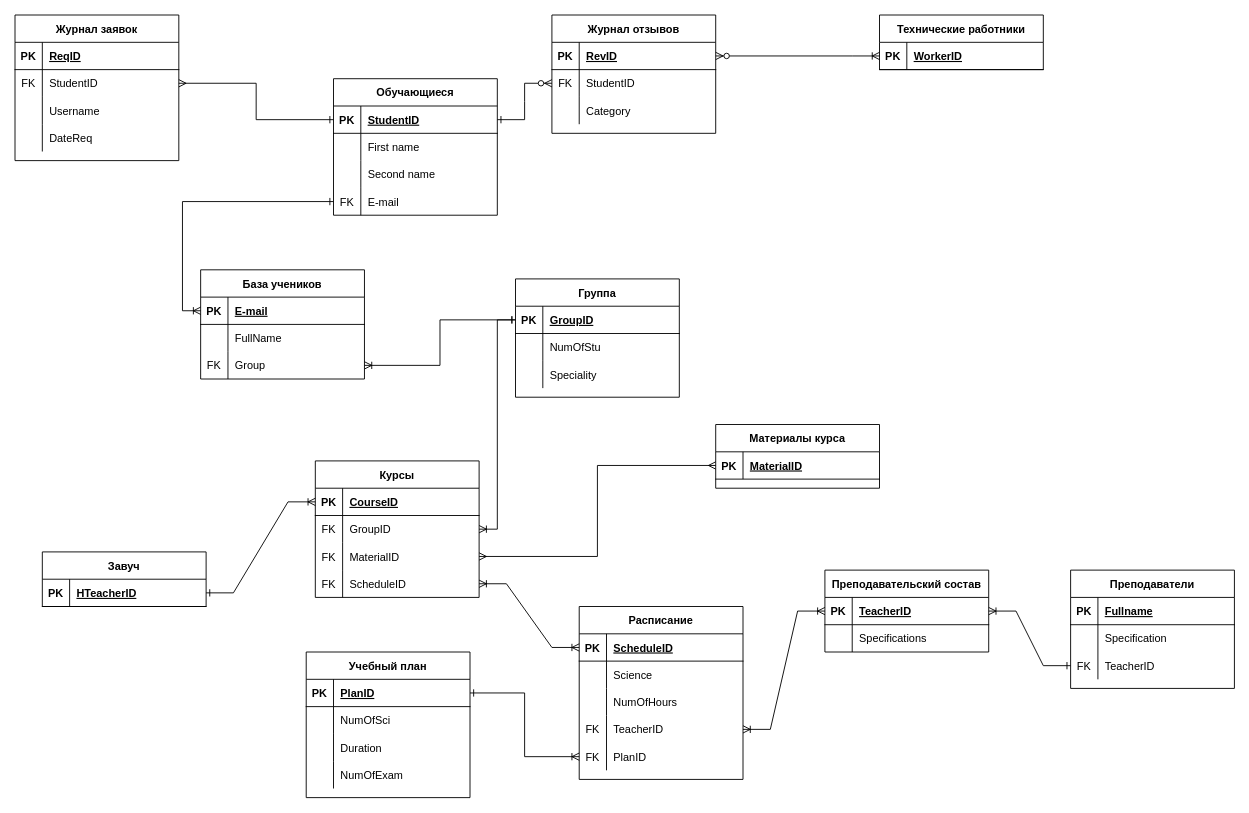
The draw.io diagram ER.drawio in JKtheeone/Online-School, before the edit. Source tidied: cells renumbered, new cells numbered last; positions are measured from the earlier drawing's top-left corner, leaving out a move shared by most shapes. Both pictures are drawn from the tidied source at 91%, with x=0, y=0 at pixel (15, 15).
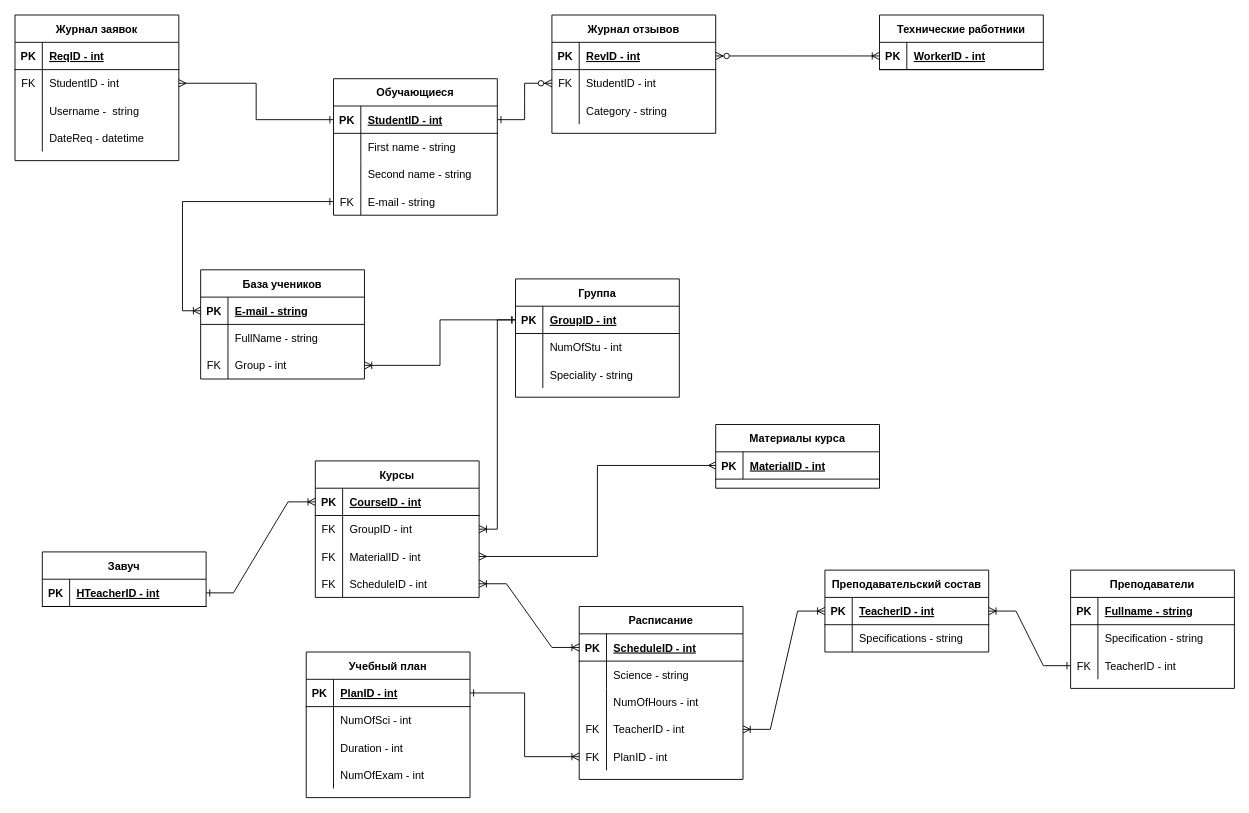
The same diagram, later.

The change refers to these unchanged cells:
```xml
<mxCell id="3" style="shape=partialRectangle;fillColor=none;top=0;left=0;bottom=1;right=0;points=[[0,0.5],[1,0.5]];portConstraint=eastwest;" parent="2" vertex="1">
<mxCell id="6" style="shape=partialRectangle;fillColor=none;top=0;left=0;bottom=0;right=0;" parent="2" vertex="1">
<mxCell id="9" style="shape=partialRectangle;fillColor=none;top=0;left=0;bottom=0;right=0;" parent="2" vertex="1">
<mxCell id="12" style="shape=partialRectangle;fillColor=none;top=0;left=0;bottom=0;right=0;points=[[0,0.5],[1,0.5]];portConstraint=eastwest;" parent="2" vertex="1">
<mxCell id="16" style="shape=partialRectangle;fillColor=none;top=0;left=0;bottom=1;right=0;points=[[0,0.5],[1,0.5]];portConstraint=eastwest;" parent="15" vertex="1">
<mxCell id="19" style="shape=partialRectangle;fillColor=none;top=0;left=0;bottom=0;right=0;points=[[0,0.5],[1,0.5]];portConstraint=eastwest;" parent="15" vertex="1">
<mxCell id="22" style="shape=partialRectangle;fillColor=none;top=0;left=0;bottom=0;right=0;" parent="15" vertex="1">
<mxCell id="26" style="shape=partialRectangle;fillColor=none;top=0;left=0;bottom=1;right=0;" parent="25" vertex="1">
<mxCell id="29" style="shape=partialRectangle;fillColor=none;top=0;left=0;bottom=0;right=0;points=[[0,0.5],[1,0.5]];portConstraint=eastwest;" parent="25" vertex="1">
<mxCell id="32" style="shape=partialRectangle;fillColor=none;top=0;left=0;bottom=0;right=0;" parent="25" vertex="1">
<mxCell id="35" style="shape=partialRectangle;fillColor=none;top=0;left=0;bottom=0;right=0;" parent="25" vertex="1">
<mxCell id="39" style="shape=partialRectangle;fillColor=none;top=0;left=0;bottom=1;right=0;points=[[0,0.5],[1,0.5]];portConstraint=eastwest;" parent="38" vertex="1">
<mxCell id="43" style="shape=partialRectangle;fillColor=none;top=0;left=0;bottom=1;right=0;points=[[0,0.5],[1,0.5]];portConstraint=eastwest;" parent="42" vertex="1">
<mxCell id="47" style="shape=partialRectangle;fillColor=none;top=0;left=0;bottom=1;right=0;points=[[0,0.5],[1,0.5]];portConstraint=eastwest;" parent="46" vertex="1">
<mxCell id="50" style="shape=partialRectangle;fillColor=none;top=0;left=0;bottom=0;right=0;" parent="46" vertex="1">
<mxCell id="53" style="shape=partialRectangle;fillColor=none;top=0;left=0;bottom=0;right=0;" parent="46" vertex="1">
<mxCell id="56" style="shape=partialRectangle;fillColor=none;top=0;left=0;bottom=0;right=0;" parent="46" vertex="1">
<mxCell id="60" style="shape=partialRectangle;fillColor=none;top=0;left=0;bottom=1;right=0;points=[[0,0.5],[1,0.5]];portConstraint=eastwest;" parent="59" vertex="1">
<mxCell id="63" style="shape=partialRectangle;fillColor=none;top=0;left=0;bottom=0;right=0;" parent="59" vertex="1">
<mxCell id="66" style="shape=partialRectangle;fillColor=none;top=0;left=0;bottom=0;right=0;" parent="59" vertex="1">
<mxCell id="69" style="shape=partialRectangle;fillColor=none;top=0;left=0;bottom=0;right=0;points=[[0,0.5],[1,0.5]];portConstraint=eastwest;" parent="59" vertex="1">
<mxCell id="72" style="shape=partialRectangle;fillColor=none;top=0;left=0;bottom=0;right=0;points=[[0,0.5],[1,0.5]];portConstraint=eastwest;" parent="59" vertex="1">
<mxCell id="76" style="shape=partialRectangle;fillColor=none;top=0;left=0;bottom=1;right=0;points=[[0,0.5],[1,0.5]];portConstraint=eastwest;" parent="75" vertex="1">
<mxCell id="79" style="shape=partialRectangle;fillColor=none;top=0;left=0;bottom=0;right=0;points=[[0,0.5],[1,0.5]];portConstraint=eastwest;" parent="75" vertex="1">
<mxCell id="82" style="shape=partialRectangle;fillColor=none;top=0;left=0;bottom=0;right=0;points=[[0,0.5],[1,0.5]];portConstraint=eastwest;" parent="75" vertex="1">
<mxCell id="85" style="shape=partialRectangle;fillColor=none;top=0;left=0;bottom=0;right=0;points=[[0,0.5],[1,0.5]];portConstraint=eastwest;" parent="75" vertex="1">
<mxCell id="89" style="shape=partialRectangle;fillColor=none;top=0;left=0;bottom=1;right=0;points=[[0,0.5],[1,0.5]];portConstraint=eastwest;" parent="88" vertex="1">
<mxCell id="92" style="shape=partialRectangle;fillColor=none;top=0;left=0;bottom=0;right=0;" parent="88" vertex="1">
<mxCell id="96" style="shape=partialRectangle;fillColor=none;top=0;left=0;bottom=1;right=0;" parent="95" vertex="1">
<mxCell id="99" style="shape=partialRectangle;fillColor=none;top=0;left=0;bottom=0;right=0;" parent="95" vertex="1">
<mxCell id="102" style="shape=partialRectangle;fillColor=none;top=0;left=0;bottom=0;right=0;points=[[0,0.5],[1,0.5]];portConstraint=eastwest;" parent="95" vertex="1">
<mxCell id="112" style="shape=partialRectangle;fillColor=none;top=0;left=0;bottom=1;right=0;points=[[0,0.5],[1,0.5]];portConstraint=eastwest;fontColor=default;strokeColor=default;" parent="111" vertex="1">
<mxCell id="115" style="shape=partialRectangle;fillColor=none;top=0;left=0;bottom=0;right=0;fontColor=default;strokeColor=default;" parent="111" vertex="1">
<mxCell id="118" style="shape=partialRectangle;fillColor=none;top=0;left=0;bottom=0;right=0;fontColor=default;strokeColor=default;" parent="111" vertex="1">
<mxCell id="122" style="shape=partialRectangle;fillColor=none;top=0;left=0;bottom=1;right=0;points=[[0,0.5],[1,0.5]];portConstraint=eastwest;fontColor=default;strokeColor=default;" parent="121" vertex="1">
<mxCell id="126" style="shape=partialRectangle;fillColor=none;top=0;left=0;bottom=1;right=0;points=[[0,0.5],[1,0.5]];portConstraint=eastwest;fontColor=default;strokeColor=default;" parent="125" vertex="1">
<mxCell id="129" style="shape=partialRectangle;fillColor=none;top=0;left=0;bottom=0;right=0;fontColor=default;strokeColor=default;" parent="125" vertex="1">
<mxCell id="132" style="shape=partialRectangle;fillColor=none;top=0;left=0;bottom=0;right=0;points=[[0,0.5],[1,0.5]];portConstraint=eastwest;fontColor=default;strokeColor=default;" parent="125" vertex="1">
```

Change to the diagram source:
```diff
@@
-    <mxCell id="5" value="StudentID" style="shape=partialRectangle;fillColor=none;top=0;left=0;bottom=0;right=0;align=left;spacingLeft=6;fontStyle=5;overflow=hidden;" parent="3" vertex="1">
+    <mxCell id="5" value="StudentID - int" style="shape=partialRectangle;fillColor=none;top=0;left=0;bottom=0;right=0;align=left;spacingLeft=6;fontStyle=5;overflow=hidden;" parent="3" vertex="1">
       <mxGeometry x="30" width="150" height="30" as="geometry" />
     </mxCell>
@@
-    <mxCell id="8" value="First name" style="shape=partialRectangle;fillColor=none;top=0;left=0;bottom=0;right=0;align=left;spacingLeft=6;overflow=hidden;" parent="6" vertex="1">
+    <mxCell id="8" value="First name - string" style="shape=partialRectangle;fillColor=none;top=0;left=0;bottom=0;right=0;align=left;spacingLeft=6;overflow=hidden;" parent="6" vertex="1">
       <mxGeometry x="30" width="150" height="30" as="geometry" />
     </mxCell>
@@
-    <mxCell id="11" value="Second name" style="shape=partialRectangle;fillColor=none;top=0;left=0;bottom=0;right=0;align=left;spacingLeft=6;overflow=hidden;" parent="9" vertex="1">
+    <mxCell id="11" value="Second name - string" style="shape=partialRectangle;fillColor=none;top=0;left=0;bottom=0;right=0;align=left;spacingLeft=6;overflow=hidden;" parent="9" vertex="1">
       <mxGeometry x="30" width="150" height="30" as="geometry" />
     </mxCell>
@@
-    <mxCell id="14" value="E-mail" style="shape=partialRectangle;fillColor=none;top=0;left=0;bottom=0;right=0;align=left;spacingLeft=6;overflow=hidden;" parent="12" vertex="1">
+    <mxCell id="14" value="E-mail - string" style="shape=partialRectangle;fillColor=none;top=0;left=0;bottom=0;right=0;align=left;spacingLeft=6;overflow=hidden;" parent="12" vertex="1">
       <mxGeometry x="30" width="150" height="30" as="geometry" />
     </mxCell>
@@
-    <mxCell id="18" value="RevID" style="shape=partialRectangle;fillColor=none;top=0;left=0;bottom=0;right=0;align=left;spacingLeft=6;fontStyle=5;overflow=hidden;" parent="16" vertex="1">
+    <mxCell id="18" value="RevID - int" style="shape=partialRectangle;fillColor=none;top=0;left=0;bottom=0;right=0;align=left;spacingLeft=6;fontStyle=5;overflow=hidden;" parent="16" vertex="1">
       <mxGeometry x="30" width="150" height="30" as="geometry" />
     </mxCell>
@@
-    <mxCell id="21" value="StudentID" style="shape=partialRectangle;fillColor=none;top=0;left=0;bottom=0;right=0;align=left;spacingLeft=6;overflow=hidden;" parent="19" vertex="1">
+    <mxCell id="21" value="StudentID - int" style="shape=partialRectangle;fillColor=none;top=0;left=0;bottom=0;right=0;align=left;spacingLeft=6;overflow=hidden;" parent="19" vertex="1">
       <mxGeometry x="30" width="150" height="30" as="geometry" />
     </mxCell>
@@
-    <mxCell id="24" value="Category" style="shape=partialRectangle;fillColor=none;top=0;left=0;bottom=0;right=0;align=left;spacingLeft=6;overflow=hidden;" parent="22" vertex="1">
+    <mxCell id="24" value="Category - string" style="shape=partialRectangle;fillColor=none;top=0;left=0;bottom=0;right=0;align=left;spacingLeft=6;overflow=hidden;" parent="22" vertex="1">
       <mxGeometry x="30" width="150" height="30" as="geometry" />
     </mxCell>
@@
-    <mxCell id="28" value="ReqID" style="shape=partialRectangle;fillColor=none;top=0;left=0;bottom=0;right=0;align=left;spacingLeft=6;fontStyle=5;overflow=hidden;" parent="26" vertex="1">
+    <mxCell id="28" value="ReqID - int" style="shape=partialRectangle;fillColor=none;top=0;left=0;bottom=0;right=0;align=left;spacingLeft=6;fontStyle=5;overflow=hidden;" parent="26" vertex="1">
       <mxGeometry x="30" width="150" height="30" as="geometry" />
     </mxCell>
@@
-    <mxCell id="31" value="StudentID" style="shape=partialRectangle;fillColor=none;top=0;left=0;bottom=0;right=0;align=left;spacingLeft=6;overflow=hidden;" parent="29" vertex="1">
+    <mxCell id="31" value="StudentID - int" style="shape=partialRectangle;fillColor=none;top=0;left=0;bottom=0;right=0;align=left;spacingLeft=6;overflow=hidden;" parent="29" vertex="1">
       <mxGeometry x="30" width="150" height="30" as="geometry" />
     </mxCell>
@@
-    <mxCell id="34" value="Username" style="shape=partialRectangle;fillColor=none;top=0;left=0;bottom=0;right=0;align=left;spacingLeft=6;overflow=hidden;" parent="32" vertex="1">
+    <mxCell id="34" value="Username -  string" style="shape=partialRectangle;fillColor=none;top=0;left=0;bottom=0;right=0;align=left;spacingLeft=6;overflow=hidden;" parent="32" vertex="1">
       <mxGeometry x="30" width="150" height="30" as="geometry" />
     </mxCell>
@@
-    <mxCell id="37" value="DateReq" style="shape=partialRectangle;fillColor=none;top=0;left=0;bottom=0;right=0;align=left;spacingLeft=6;overflow=hidden;" parent="35" vertex="1">
+    <mxCell id="37" value="DateReq - datetime" style="shape=partialRectangle;fillColor=none;top=0;left=0;bottom=0;right=0;align=left;spacingLeft=6;overflow=hidden;" parent="35" vertex="1">
       <mxGeometry x="30" width="150" height="30" as="geometry" />
     </mxCell>
@@
-    <mxCell id="41" value="WorkerID" style="shape=partialRectangle;fillColor=none;top=0;left=0;bottom=0;right=0;align=left;spacingLeft=6;fontStyle=5;overflow=hidden;" parent="39" vertex="1">
+    <mxCell id="41" value="WorkerID - int" style="shape=partialRectangle;fillColor=none;top=0;left=0;bottom=0;right=0;align=left;spacingLeft=6;fontStyle=5;overflow=hidden;" parent="39" vertex="1">
       <mxGeometry x="30" width="150" height="30" as="geometry" />
     </mxCell>
@@
-    <mxCell id="45" value="HTeacherID" style="shape=partialRectangle;fillColor=none;top=0;left=0;bottom=0;right=0;align=left;spacingLeft=6;fontStyle=5;overflow=hidden;" parent="43" vertex="1">
+    <mxCell id="45" value="HTeacherID - int" style="shape=partialRectangle;fillColor=none;top=0;left=0;bottom=0;right=0;align=left;spacingLeft=6;fontStyle=5;overflow=hidden;" parent="43" vertex="1">
       <mxGeometry x="30" width="150" height="30" as="geometry" />
     </mxCell>
@@
-    <mxCell id="49" value="PlanID" style="shape=partialRectangle;fillColor=none;top=0;left=0;bottom=0;right=0;align=left;spacingLeft=6;fontStyle=5;overflow=hidden;" parent="47" vertex="1">
+    <mxCell id="49" value="PlanID - int" style="shape=partialRectangle;fillColor=none;top=0;left=0;bottom=0;right=0;align=left;spacingLeft=6;fontStyle=5;overflow=hidden;" parent="47" vertex="1">
       <mxGeometry x="30" width="150" height="30" as="geometry" />
     </mxCell>
@@
-    <mxCell id="52" value="NumOfSci" style="shape=partialRectangle;fillColor=none;top=0;left=0;bottom=0;right=0;align=left;spacingLeft=6;overflow=hidden;" parent="50" vertex="1">
+    <mxCell id="52" value="NumOfSci - int" style="shape=partialRectangle;fillColor=none;top=0;left=0;bottom=0;right=0;align=left;spacingLeft=6;overflow=hidden;" parent="50" vertex="1">
       <mxGeometry x="30" width="150" height="30" as="geometry" />
     </mxCell>
@@
-    <mxCell id="55" value="Duration" style="shape=partialRectangle;fillColor=none;top=0;left=0;bottom=0;right=0;align=left;spacingLeft=6;overflow=hidden;" parent="53" vertex="1">
+    <mxCell id="55" value="Duration - int" style="shape=partialRectangle;fillColor=none;top=0;left=0;bottom=0;right=0;align=left;spacingLeft=6;overflow=hidden;" parent="53" vertex="1">
       <mxGeometry x="30" width="150" height="30" as="geometry" />
     </mxCell>
@@
-    <mxCell id="58" value="NumOfExam" style="shape=partialRectangle;fillColor=none;top=0;left=0;bottom=0;right=0;align=left;spacingLeft=6;overflow=hidden;" parent="56" vertex="1">
+    <mxCell id="58" value="NumOfExam - int" style="shape=partialRectangle;fillColor=none;top=0;left=0;bottom=0;right=0;align=left;spacingLeft=6;overflow=hidden;" parent="56" vertex="1">
       <mxGeometry x="30" width="150" height="30" as="geometry" />
     </mxCell>
@@
-    <mxCell id="62" value="ScheduleID" style="shape=partialRectangle;fillColor=none;top=0;left=0;bottom=0;right=0;align=left;spacingLeft=6;fontStyle=5;overflow=hidden;" parent="60" vertex="1">
+    <mxCell id="62" value="ScheduleID - int" style="shape=partialRectangle;fillColor=none;top=0;left=0;bottom=0;right=0;align=left;spacingLeft=6;fontStyle=5;overflow=hidden;" parent="60" vertex="1">
       <mxGeometry x="30" width="150" height="30" as="geometry" />
     </mxCell>
@@
-    <mxCell id="65" value="Science " style="shape=partialRectangle;fillColor=none;top=0;left=0;bottom=0;right=0;align=left;spacingLeft=6;overflow=hidden;" parent="63" vertex="1">
+    <mxCell id="65" value="Science - string" style="shape=partialRectangle;fillColor=none;top=0;left=0;bottom=0;right=0;align=left;spacingLeft=6;overflow=hidden;" parent="63" vertex="1">
       <mxGeometry x="30" width="150" height="30" as="geometry" />
     </mxCell>
@@
-    <mxCell id="68" value="NumOfHours" style="shape=partialRectangle;fillColor=none;top=0;left=0;bottom=0;right=0;align=left;spacingLeft=6;overflow=hidden;" parent="66" vertex="1">
+    <mxCell id="68" value="NumOfHours - int" style="shape=partialRectangle;fillColor=none;top=0;left=0;bottom=0;right=0;align=left;spacingLeft=6;overflow=hidden;" parent="66" vertex="1">
       <mxGeometry x="30" width="150" height="30" as="geometry" />
     </mxCell>
@@
-    <mxCell id="71" value="TeacherID" style="shape=partialRectangle;fillColor=none;top=0;left=0;bottom=0;right=0;align=left;spacingLeft=6;overflow=hidden;" parent="69" vertex="1">
+    <mxCell id="71" value="TeacherID - int " style="shape=partialRectangle;fillColor=none;top=0;left=0;bottom=0;right=0;align=left;spacingLeft=6;overflow=hidden;" parent="69" vertex="1">
       <mxGeometry x="30" width="150" height="30" as="geometry" />
     </mxCell>
@@
-    <mxCell id="74" value="PlanID" style="shape=partialRectangle;fillColor=none;top=0;left=0;bottom=0;right=0;align=left;spacingLeft=6;overflow=hidden;" parent="72" vertex="1">
+    <mxCell id="74" value="PlanID - int" style="shape=partialRectangle;fillColor=none;top=0;left=0;bottom=0;right=0;align=left;spacingLeft=6;overflow=hidden;" parent="72" vertex="1">
       <mxGeometry x="30" width="150" height="30" as="geometry" />
     </mxCell>
@@
-    <mxCell id="78" value="CourseID" style="shape=partialRectangle;fillColor=none;top=0;left=0;bottom=0;right=0;align=left;spacingLeft=6;fontStyle=5;overflow=hidden;" parent="76" vertex="1">
+    <mxCell id="78" value="CourseID - int" style="shape=partialRectangle;fillColor=none;top=0;left=0;bottom=0;right=0;align=left;spacingLeft=6;fontStyle=5;overflow=hidden;" parent="76" vertex="1">
       <mxGeometry x="30" width="150" height="30" as="geometry" />
     </mxCell>
@@
-    <mxCell id="81" value="GroupID" style="shape=partialRectangle;fillColor=none;top=0;left=0;bottom=0;right=0;align=left;spacingLeft=6;overflow=hidden;" parent="79" vertex="1">
+    <mxCell id="81" value="GroupID - int" style="shape=partialRectangle;fillColor=none;top=0;left=0;bottom=0;right=0;align=left;spacingLeft=6;overflow=hidden;" parent="79" vertex="1">
       <mxGeometry x="30" width="150" height="30" as="geometry" />
     </mxCell>
@@
-    <mxCell id="84" value="MaterialID" style="shape=partialRectangle;fillColor=none;top=0;left=0;bottom=0;right=0;align=left;spacingLeft=6;overflow=hidden;" parent="82" vertex="1">
+    <mxCell id="84" value="MaterialID - int" style="shape=partialRectangle;fillColor=none;top=0;left=0;bottom=0;right=0;align=left;spacingLeft=6;overflow=hidden;" parent="82" vertex="1">
       <mxGeometry x="30" width="150" height="30" as="geometry" />
     </mxCell>
@@
-    <mxCell id="87" value="ScheduleID" style="shape=partialRectangle;fillColor=none;top=0;left=0;bottom=0;right=0;align=left;spacingLeft=6;overflow=hidden;fontColor=default;" parent="85" vertex="1">
+    <mxCell id="87" value="ScheduleID - int" style="shape=partialRectangle;fillColor=none;top=0;left=0;bottom=0;right=0;align=left;spacingLeft=6;overflow=hidden;fontColor=default;" parent="85" vertex="1">
       <mxGeometry x="30" width="150" height="30" as="geometry" />
     </mxCell>
@@
-    <mxCell id="91" value="TeacherID" style="shape=partialRectangle;fillColor=none;top=0;left=0;bottom=0;right=0;align=left;spacingLeft=6;fontStyle=5;overflow=hidden;" parent="89" vertex="1">
+    <mxCell id="91" value="TeacherID - int" style="shape=partialRectangle;fillColor=none;top=0;left=0;bottom=0;right=0;align=left;spacingLeft=6;fontStyle=5;overflow=hidden;" parent="89" vertex="1">
       <mxGeometry x="30" width="150" height="30" as="geometry" />
     </mxCell>
@@
-    <mxCell id="94" value="Specifications" style="shape=partialRectangle;fillColor=none;top=0;left=0;bottom=0;right=0;align=left;spacingLeft=6;overflow=hidden;" parent="92" vertex="1">
+    <mxCell id="94" value="Specifications - string" style="shape=partialRectangle;fillColor=none;top=0;left=0;bottom=0;right=0;align=left;spacingLeft=6;overflow=hidden;" parent="92" vertex="1">
       <mxGeometry x="30" width="150" height="30" as="geometry" />
     </mxCell>
@@
-    <mxCell id="98" value="Fullname" style="shape=partialRectangle;fillColor=none;top=0;left=0;bottom=0;right=0;align=left;spacingLeft=6;fontStyle=5;overflow=hidden;" parent="96" vertex="1">
+    <mxCell id="98" value="Fullname - string" style="shape=partialRectangle;fillColor=none;top=0;left=0;bottom=0;right=0;align=left;spacingLeft=6;fontStyle=5;overflow=hidden;" parent="96" vertex="1">
       <mxGeometry x="30" width="150" height="30" as="geometry" />
     </mxCell>
@@
-    <mxCell id="101" value="Specification" style="shape=partialRectangle;fillColor=none;top=0;left=0;bottom=0;right=0;align=left;spacingLeft=6;overflow=hidden;" parent="99" vertex="1">
+    <mxCell id="101" value="Specification - string" style="shape=partialRectangle;fillColor=none;top=0;left=0;bottom=0;right=0;align=left;spacingLeft=6;overflow=hidden;" parent="99" vertex="1">
       <mxGeometry x="30" width="150" height="30" as="geometry" />
     </mxCell>
@@
-    <mxCell id="104" value="TeacherID" style="shape=partialRectangle;fillColor=none;top=0;left=0;bottom=0;right=0;align=left;spacingLeft=6;overflow=hidden;" parent="102" vertex="1">
+    <mxCell id="104" value="TeacherID - int" style="shape=partialRectangle;fillColor=none;top=0;left=0;bottom=0;right=0;align=left;spacingLeft=6;overflow=hidden;" parent="102" vertex="1">
       <mxGeometry x="30" width="150" height="30" as="geometry" />
     </mxCell>
@@
-    <mxCell id="114" value="GroupID" style="shape=partialRectangle;fillColor=none;top=0;left=0;bottom=0;right=0;align=left;spacingLeft=6;fontStyle=5;overflow=hidden;fontColor=default;strokeColor=default;" parent="112" vertex="1">
+    <mxCell id="114" value="GroupID - int" style="shape=partialRectangle;fillColor=none;top=0;left=0;bottom=0;right=0;align=left;spacingLeft=6;fontStyle=5;overflow=hidden;fontColor=default;strokeColor=default;" parent="112" vertex="1">
       <mxGeometry x="30" width="150" height="30" as="geometry" />
     </mxCell>
@@
-    <mxCell id="117" value="NumOfStu" style="shape=partialRectangle;fillColor=none;top=0;left=0;bottom=0;right=0;align=left;spacingLeft=6;overflow=hidden;fontColor=default;strokeColor=default;" parent="115" vertex="1">
+    <mxCell id="117" value="NumOfStu - int" style="shape=partialRectangle;fillColor=none;top=0;left=0;bottom=0;right=0;align=left;spacingLeft=6;overflow=hidden;fontColor=default;strokeColor=default;" parent="115" vertex="1">
       <mxGeometry x="30" width="150" height="30" as="geometry" />
     </mxCell>
@@
-    <mxCell id="120" value="Speciality" style="shape=partialRectangle;fillColor=none;top=0;left=0;bottom=0;right=0;align=left;spacingLeft=6;overflow=hidden;fontColor=default;strokeColor=default;" parent="118" vertex="1">
+    <mxCell id="120" value="Speciality - string" style="shape=partialRectangle;fillColor=none;top=0;left=0;bottom=0;right=0;align=left;spacingLeft=6;overflow=hidden;fontColor=default;strokeColor=default;" parent="118" vertex="1">
       <mxGeometry x="30" width="150" height="30" as="geometry" />
     </mxCell>
@@
-    <mxCell id="124" value="MaterialID" style="shape=partialRectangle;fillColor=none;top=0;left=0;bottom=0;right=0;align=left;spacingLeft=6;fontStyle=5;overflow=hidden;fontColor=default;strokeColor=default;" parent="122" vertex="1">
+    <mxCell id="124" value="MaterialID - int" style="shape=partialRectangle;fillColor=none;top=0;left=0;bottom=0;right=0;align=left;spacingLeft=6;fontStyle=5;overflow=hidden;fontColor=default;strokeColor=default;" parent="122" vertex="1">
       <mxGeometry x="30" width="150" height="30" as="geometry" />
     </mxCell>
@@
-    <mxCell id="128" value="E-mail" style="shape=partialRectangle;fillColor=none;top=0;left=0;bottom=0;right=0;align=left;spacingLeft=6;fontStyle=5;overflow=hidden;fontColor=default;strokeColor=default;" parent="126" vertex="1">
+    <mxCell id="128" value="E-mail - string" style="shape=partialRectangle;fillColor=none;top=0;left=0;bottom=0;right=0;align=left;spacingLeft=6;fontStyle=5;overflow=hidden;fontColor=default;strokeColor=default;" parent="126" vertex="1">
       <mxGeometry x="30" width="150" height="30" as="geometry" />
     </mxCell>
@@
-    <mxCell id="131" value="FullName" style="shape=partialRectangle;fillColor=none;top=0;left=0;bottom=0;right=0;align=left;spacingLeft=6;overflow=hidden;fontColor=default;strokeColor=default;" parent="129" vertex="1">
+    <mxCell id="131" value="FullName - string" style="shape=partialRectangle;fillColor=none;top=0;left=0;bottom=0;right=0;align=left;spacingLeft=6;overflow=hidden;fontColor=default;strokeColor=default;" parent="129" vertex="1">
       <mxGeometry x="30" width="150" height="30" as="geometry" />
     </mxCell>
@@
-    <mxCell id="134" value="Group" style="shape=partialRectangle;fillColor=none;top=0;left=0;bottom=0;right=0;align=left;spacingLeft=6;overflow=hidden;fontColor=default;strokeColor=default;" parent="132" vertex="1">
+    <mxCell id="134" value="Group - int" style="shape=partialRectangle;fillColor=none;top=0;left=0;bottom=0;right=0;align=left;spacingLeft=6;overflow=hidden;fontColor=default;strokeColor=default;" parent="132" vertex="1">
       <mxGeometry x="30" width="150" height="30" as="geometry" />
     </mxCell>
```
